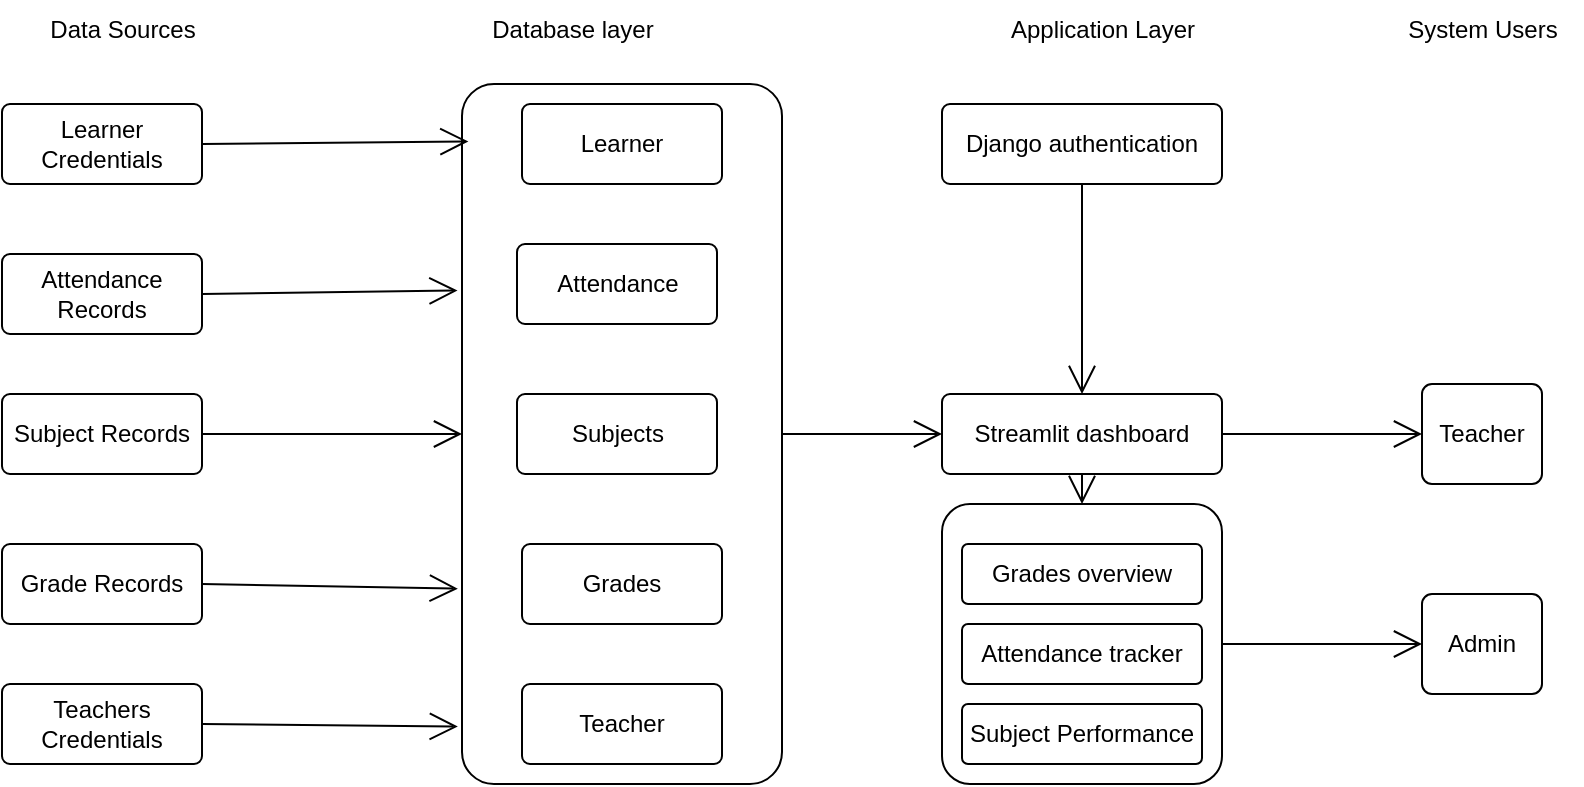
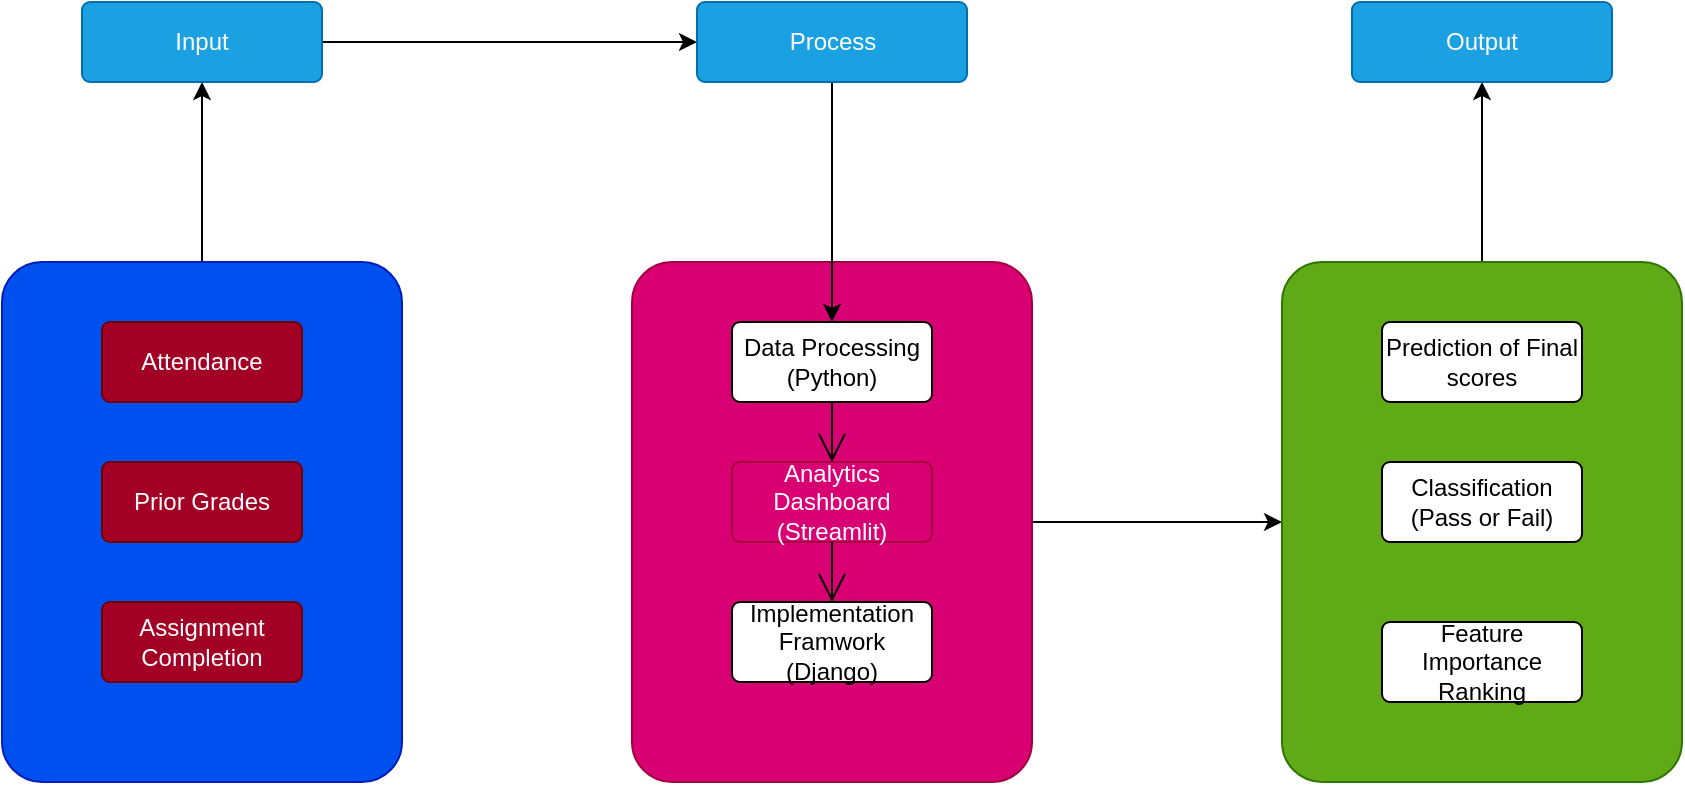
<mxfile host="65bd71144e">
    <diagram id="5L76tbeYDSp3AgC0iSg0" name="Page-1">
-         <mxGraphModel dx="995" dy="621" grid="1" gridSize="10" guides="1" tooltips="1" connect="1" arrows="1" fold="1" page="1" pageScale="1" pageWidth="850" pageHeight="1100" math="0" shadow="0">
+         <mxGraphModel dx="1066" dy="666" grid="1" gridSize="10" guides="1" tooltips="1" connect="1" arrows="1" fold="1" page="1" pageScale="1" pageWidth="850" pageHeight="1100" math="0" shadow="0">
            <root>
                <mxCell id="0"/>
                <mxCell id="1" parent="0"/>
-                 <mxCell id="2" value="Attendance Records" style="rounded=1;arcSize=10;whiteSpace=wrap;html=1;align=center;fillColor=light-dark(#FFFFFF,#FF3333);" vertex="1" parent="1">
-                     <mxGeometry x="50" y="135" width="100" height="40" as="geometry"/>
+                 <mxCell id="75" style="edgeStyle=none;html=1;exitX=1;exitY=0.5;exitDx=0;exitDy=0;entryX=0;entryY=0.5;entryDx=0;entryDy=0;" edge="1" parent="1" source="57" target="63">
+                     <mxGeometry relative="1" as="geometry"/>
                </mxCell>
-                 <mxCell id="3" value="Subject Records" style="rounded=1;arcSize=10;whiteSpace=wrap;html=1;align=center;fillColor=light-dark(#FFFFFF,#FF00FF);" vertex="1" parent="1">
-                     <mxGeometry x="50" y="205" width="100" height="40" as="geometry"/>
+                 <mxCell id="57" value="" style="rounded=1;arcSize=10;whiteSpace=wrap;html=1;align=center;fillColor=#d80073;fontColor=#ffffff;strokeColor=#A50040;" vertex="1" parent="1">
+                     <mxGeometry x="325" y="410" width="200" height="260" as="geometry"/>
                </mxCell>
-                 <mxCell id="4" value="Grade Records" style="rounded=1;arcSize=10;whiteSpace=wrap;html=1;align=center;fillColor=light-dark(#FFFFFF,#66B2FF);" vertex="1" parent="1">
-                     <mxGeometry x="50" y="280" width="100" height="40" as="geometry"/>
-                 </mxCell>
-                 <mxCell id="5" value="Learner Credentials" style="rounded=1;arcSize=10;whiteSpace=wrap;html=1;align=center;fillColor=light-dark(#FFFFFF,#FF66B3);" vertex="1" parent="1">
-                     <mxGeometry x="50" y="60" width="100" height="40" as="geometry"/>
-                 </mxCell>
-                 <mxCell id="6" value="Data Sources" style="text;html=1;align=center;verticalAlign=middle;resizable=0;points=[];autosize=1;strokeColor=none;fillColor=none;" vertex="1" parent="1">
-                     <mxGeometry x="60" y="8" width="100" height="30" as="geometry"/>
-                 </mxCell>
-                 <mxCell id="7" value="" style="rounded=1;arcSize=10;whiteSpace=wrap;html=1;align=center;fillColor=light-dark(#FFFFFF,#6666FF);" vertex="1" parent="1">
-                     <mxGeometry x="280" y="50" width="160" height="350" as="geometry"/>
-                 </mxCell>
-                 <mxCell id="8" value="Learner" style="rounded=1;arcSize=10;whiteSpace=wrap;html=1;align=center;" vertex="1" parent="1">
-                     <mxGeometry x="310" y="60" width="100" height="40" as="geometry"/>
-                 </mxCell>
-                 <mxCell id="13" value="Teachers Credentials" style="rounded=1;arcSize=10;whiteSpace=wrap;html=1;align=center;fillColor=light-dark(#FFFFFF,#FF0000);" vertex="1" parent="1">
-                     <mxGeometry x="50" y="350" width="100" height="40" as="geometry"/>
-                 </mxCell>
-                 <mxCell id="14" value="Database layer" style="text;html=1;align=center;verticalAlign=middle;resizable=0;points=[];autosize=1;strokeColor=none;fillColor=none;" vertex="1" parent="1">
-                     <mxGeometry x="285" y="8" width="100" height="30" as="geometry"/>
-                 </mxCell>
-                 <mxCell id="15" value="Django authentication" style="rounded=1;arcSize=10;whiteSpace=wrap;html=1;align=center;fillColor=light-dark(#FFFFFF,#FF66B3);" vertex="1" parent="1">
-                     <mxGeometry x="520" y="60" width="140" height="40" as="geometry"/>
-                 </mxCell>
-                 <mxCell id="16" value="Streamlit dashboard" style="rounded=1;arcSize=10;whiteSpace=wrap;html=1;align=center;fillColor=light-dark(#FFFFFF,#CC0000);" vertex="1" parent="1">
-                     <mxGeometry x="520" y="205" width="140" height="40" as="geometry"/>
-                 </mxCell>
-                 <mxCell id="17" value="&lt;span style=&quot;font-family: monospace; font-size: 0px; text-align: start; text-wrap-mode: nowrap;&quot;&gt;%3CmxGraphModel%3E%3Croot%3E%3CmxCell%20id%3D%220%22%2F%3E%3CmxCell%20id%3D%221%22%20parent%3D%220%22%2F%3E%3CmxCell%20id%3D%222%22%20value%3D%22Django%20auth%22%20style%3D%22rounded%3D1%3BarcSize%3D10%3BwhiteSpace%3Dwrap%3Bhtml%3D1%3Balign%3Dcenter%3B%22%20vertex%3D%221%22%20parent%3D%221%22%3E%3CmxGeometry%20x%3D%22460%22%20y%3D%2255%22%20width%3D%22100%22%20height%3D%2240%22%20as%3D%22geometry%22%2F%3E%3C%2FmxCell%3E%3C%2Froot%3E%3C%2FmxGraphModel%3E&lt;/span&gt;" style="rounded=1;arcSize=10;whiteSpace=wrap;html=1;align=center;fillColor=light-dark(#FFFFFF,#CC0000);" vertex="1" parent="1">
-                     <mxGeometry x="520" y="260" width="140" height="140" as="geometry"/>
-                 </mxCell>
-                 <mxCell id="18" value="Grades overview" style="rounded=1;arcSize=10;whiteSpace=wrap;html=1;align=center;fillColor=light-dark(#FFFFFF,#0000FF);" vertex="1" parent="1">
-                     <mxGeometry x="530" y="280" width="120" height="30" as="geometry"/>
-                 </mxCell>
-                 <mxCell id="20" value="Attendance tracker" style="rounded=1;arcSize=10;whiteSpace=wrap;html=1;align=center;fillColor=light-dark(#FFFFFF,#0000FF);" vertex="1" parent="1">
-                     <mxGeometry x="530" y="320" width="120" height="30" as="geometry"/>
-                 </mxCell>
-                 <mxCell id="21" value="Subject Performance" style="rounded=1;arcSize=10;whiteSpace=wrap;html=1;align=center;fillColor=light-dark(#FFFFFF,#0000FF);" vertex="1" parent="1">
-                     <mxGeometry x="530" y="360" width="120" height="30" as="geometry"/>
-                 </mxCell>
-                 <mxCell id="22" value="Teacher" style="rounded=1;arcSize=10;whiteSpace=wrap;html=1;align=center;fillColor=light-dark(#FFFFFF,#CC0000);" vertex="1" parent="1">
-                     <mxGeometry x="760" y="200" width="60" height="50" as="geometry"/>
-                 </mxCell>
-                 <mxCell id="23" value="Admin" style="rounded=1;arcSize=10;whiteSpace=wrap;html=1;align=center;fillColor=light-dark(#FFFFFF,#0000CC);" vertex="1" parent="1">
-                     <mxGeometry x="760" y="305" width="60" height="50" as="geometry"/>
-                 </mxCell>
-                 <mxCell id="24" value="Application Layer" style="text;html=1;align=center;verticalAlign=middle;resizable=0;points=[];autosize=1;strokeColor=none;fillColor=none;" vertex="1" parent="1">
-                     <mxGeometry x="540" y="8" width="120" height="30" as="geometry"/>
-                 </mxCell>
-                 <mxCell id="25" value="System Users&lt;div&gt;&lt;br&gt;&lt;/div&gt;" style="text;html=1;align=center;verticalAlign=middle;resizable=0;points=[];autosize=1;strokeColor=none;fillColor=none;" vertex="1" parent="1">
-                     <mxGeometry x="740" y="10" width="100" height="40" as="geometry"/>
-                 </mxCell>
-                 <mxCell id="26" value="" style="endArrow=open;endFill=1;endSize=12;html=1;exitX=1;exitY=0.5;exitDx=0;exitDy=0;entryX=0.02;entryY=0.082;entryDx=0;entryDy=0;entryPerimeter=0;" edge="1" parent="1" source="5" target="7">
-                     <mxGeometry width="160" relative="1" as="geometry">
-                         <mxPoint x="330" y="210" as="sourcePoint"/>
-                         <mxPoint x="490" y="210" as="targetPoint"/>
+                 <mxCell id="71" style="edgeStyle=none;html=1;exitX=1;exitY=0.5;exitDx=0;exitDy=0;entryX=0;entryY=0.5;entryDx=0;entryDy=0;" edge="1" parent="1" source="41" target="42">
+                     <mxGeometry relative="1" as="geometry">
+                         <mxPoint x="170" y="299.7777777777777" as="targetPoint"/>
                    </mxGeometry>
                </mxCell>
-                 <mxCell id="27" value="" style="endArrow=open;endFill=1;endSize=12;html=1;exitX=1;exitY=0.5;exitDx=0;exitDy=0;entryX=-0.014;entryY=0.295;entryDx=0;entryDy=0;entryPerimeter=0;" edge="1" parent="1" source="2" target="7">
-                     <mxGeometry width="160" relative="1" as="geometry">
-                         <mxPoint x="240" y="80" as="sourcePoint"/>
-                         <mxPoint x="270" y="130" as="targetPoint"/>
+                 <mxCell id="74" style="edgeStyle=none;html=1;exitX=1;exitY=0.5;exitDx=0;exitDy=0;" edge="1" parent="1" source="41">
+                     <mxGeometry relative="1" as="geometry">
+                         <mxPoint x="169.8888888888889" y="299.7777777777777" as="targetPoint"/>
                    </mxGeometry>
                </mxCell>
-                 <mxCell id="28" value="" style="endArrow=open;endFill=1;endSize=12;html=1;exitX=1;exitY=0.5;exitDx=0;exitDy=0;entryX=0;entryY=0.5;entryDx=0;entryDy=0;" edge="1" parent="1" source="3" target="7">
+                 <mxCell id="41" value="Input" style="rounded=1;arcSize=10;whiteSpace=wrap;html=1;align=center;fillColor=#1ba1e2;fontColor=#ffffff;strokeColor=#006EAF;" vertex="1" parent="1">
+                     <mxGeometry x="50" y="280" width="120" height="40" as="geometry"/>
+                 </mxCell>
+                 <mxCell id="72" style="edgeStyle=none;html=1;exitX=0.5;exitY=1;exitDx=0;exitDy=0;entryX=0.5;entryY=0;entryDx=0;entryDy=0;" edge="1" parent="1" source="42" target="50">
+                     <mxGeometry relative="1" as="geometry"/>
+                 </mxCell>
+                 <mxCell id="42" value="Process" style="rounded=1;arcSize=10;whiteSpace=wrap;html=1;align=center;fillColor=#1ba1e2;fontColor=#ffffff;strokeColor=#006EAF;" vertex="1" parent="1">
+                     <mxGeometry x="357.5" y="280" width="135" height="40" as="geometry"/>
+                 </mxCell>
+                 <mxCell id="43" value="Output" style="rounded=1;arcSize=10;whiteSpace=wrap;html=1;align=center;fillColor=#1ba1e2;fontColor=#ffffff;strokeColor=#006EAF;" vertex="1" parent="1">
+                     <mxGeometry x="685" y="280" width="130" height="40" as="geometry"/>
+                 </mxCell>
+                 <mxCell id="50" value="Data Processing (Python)" style="rounded=1;arcSize=10;whiteSpace=wrap;html=1;align=center;fillColor=light-dark(#FFFFFF,#CC00CC);" vertex="1" parent="1">
+                     <mxGeometry x="375" y="440" width="100" height="40" as="geometry"/>
+                 </mxCell>
+                 <mxCell id="51" value="Analytics Dashboard (Streamlit)" style="rounded=1;arcSize=10;whiteSpace=wrap;html=1;align=center;fillColor=light-dark(#D80073,#CC00CC);fontColor=#ffffff;strokeColor=#A50040;" vertex="1" parent="1">
+                     <mxGeometry x="375" y="510" width="100" height="40" as="geometry"/>
+                 </mxCell>
+                 <mxCell id="52" value="Implementation Framwork (Django)" style="rounded=1;arcSize=10;whiteSpace=wrap;html=1;align=center;fillColor=light-dark(#FFFFFF,#CC00CC);" vertex="1" parent="1">
+                     <mxGeometry x="375" y="580" width="100" height="40" as="geometry"/>
+                 </mxCell>
+                 <mxCell id="73" style="edgeStyle=none;html=1;exitX=0.5;exitY=0;exitDx=0;exitDy=0;" edge="1" parent="1" source="59" target="41">
+                     <mxGeometry relative="1" as="geometry"/>
+                 </mxCell>
+                 <mxCell id="59" value="" style="rounded=1;arcSize=10;whiteSpace=wrap;html=1;align=center;fillColor=#0050ef;fontColor=#ffffff;strokeColor=#001DBC;" vertex="1" parent="1">
+                     <mxGeometry x="10" y="410" width="200" height="260" as="geometry"/>
+                 </mxCell>
+                 <mxCell id="60" value="Attendance" style="rounded=1;arcSize=10;whiteSpace=wrap;html=1;align=center;fillColor=#a20025;fontColor=#ffffff;strokeColor=#6F0000;" vertex="1" parent="1">
+                     <mxGeometry x="60" y="440" width="100" height="40" as="geometry"/>
+                 </mxCell>
+                 <mxCell id="61" value="Prior Grades" style="rounded=1;arcSize=10;whiteSpace=wrap;html=1;align=center;fillColor=#a20025;fontColor=#ffffff;strokeColor=#6F0000;" vertex="1" parent="1">
+                     <mxGeometry x="60" y="510" width="100" height="40" as="geometry"/>
+                 </mxCell>
+                 <mxCell id="62" value="Assignment Completion" style="rounded=1;arcSize=10;whiteSpace=wrap;html=1;align=center;fillColor=#a20025;fontColor=#ffffff;strokeColor=#6F0000;" vertex="1" parent="1">
+                     <mxGeometry x="60" y="580" width="100" height="40" as="geometry"/>
+                 </mxCell>
+                 <mxCell id="76" style="edgeStyle=none;html=1;exitX=0.5;exitY=0;exitDx=0;exitDy=0;entryX=0.5;entryY=1;entryDx=0;entryDy=0;" edge="1" parent="1" source="63" target="43">
+                     <mxGeometry relative="1" as="geometry"/>
+                 </mxCell>
+                 <mxCell id="63" value="" style="rounded=1;arcSize=10;whiteSpace=wrap;html=1;align=center;fillColor=#60a917;fontColor=#ffffff;strokeColor=#2D7600;" vertex="1" parent="1">
+                     <mxGeometry x="650" y="410" width="200" height="260" as="geometry"/>
+                 </mxCell>
+                 <mxCell id="64" value="Prediction of Final scores" style="rounded=1;arcSize=10;whiteSpace=wrap;html=1;align=center;" vertex="1" parent="1">
+                     <mxGeometry x="700" y="440" width="100" height="40" as="geometry"/>
+                 </mxCell>
+                 <mxCell id="65" value="Classification (Pass or Fail)" style="rounded=1;arcSize=10;whiteSpace=wrap;html=1;align=center;" vertex="1" parent="1">
+                     <mxGeometry x="700" y="510" width="100" height="40" as="geometry"/>
+                 </mxCell>
+                 <mxCell id="66" value="Feature Importance Ranking" style="rounded=1;arcSize=10;whiteSpace=wrap;html=1;align=center;" vertex="1" parent="1">
+                     <mxGeometry x="700" y="590" width="100" height="40" as="geometry"/>
+                 </mxCell>
+                 <mxCell id="68" value="" style="endArrow=open;endFill=1;endSize=12;html=1;entryX=0.5;entryY=0;entryDx=0;entryDy=0;exitX=0.5;exitY=1;exitDx=0;exitDy=0;" edge="1" parent="1" source="50" target="51">
                    <mxGeometry width="160" relative="1" as="geometry">
-                         <mxPoint x="250" y="90" as="sourcePoint"/>
-                         <mxPoint x="292" y="115" as="targetPoint"/>
+                         <mxPoint x="220" y="490" as="sourcePoint"/>
+                         <mxPoint x="385" y="475" as="targetPoint"/>
                    </mxGeometry>
                </mxCell>
-                 <mxCell id="29" value="" style="endArrow=open;endFill=1;endSize=12;html=1;exitX=1;exitY=0.5;exitDx=0;exitDy=0;entryX=-0.013;entryY=0.721;entryDx=0;entryDy=0;entryPerimeter=0;" edge="1" parent="1" source="4" target="7">
+                 <mxCell id="70" value="" style="endArrow=open;endFill=1;endSize=12;html=1;entryX=0.5;entryY=0;entryDx=0;entryDy=0;exitX=0.5;exitY=1;exitDx=0;exitDy=0;" edge="1" parent="1">
                    <mxGeometry width="160" relative="1" as="geometry">
-                         <mxPoint x="260" y="100" as="sourcePoint"/>
-                         <mxPoint x="302" y="125" as="targetPoint"/>
+                         <mxPoint x="425" y="550" as="sourcePoint"/>
+                         <mxPoint x="425" y="580" as="targetPoint"/>
                    </mxGeometry>
-                 </mxCell>
-                 <mxCell id="30" value="" style="endArrow=open;endFill=1;endSize=12;html=1;exitX=1;exitY=0.5;exitDx=0;exitDy=0;entryX=-0.013;entryY=0.918;entryDx=0;entryDy=0;entryPerimeter=0;" edge="1" parent="1" source="13" target="7">
-                     <mxGeometry width="160" relative="1" as="geometry">
-                         <mxPoint x="270" y="110" as="sourcePoint"/>
-                         <mxPoint x="290" y="370" as="targetPoint"/>
-                     </mxGeometry>
-                 </mxCell>
-                 <mxCell id="31" value="" style="endArrow=open;endFill=1;endSize=12;html=1;exitX=1;exitY=0.5;exitDx=0;exitDy=0;entryX=0;entryY=0.5;entryDx=0;entryDy=0;" edge="1" parent="1" source="7" target="16">
-                     <mxGeometry width="160" relative="1" as="geometry">
-                         <mxPoint x="280" y="120" as="sourcePoint"/>
-                         <mxPoint x="322" y="145" as="targetPoint"/>
-                     </mxGeometry>
-                 </mxCell>
-                 <mxCell id="33" value="" style="endArrow=open;endFill=1;endSize=12;html=1;exitX=0.5;exitY=1;exitDx=0;exitDy=0;entryX=0.5;entryY=0;entryDx=0;entryDy=0;" edge="1" parent="1" source="15" target="16">
-                     <mxGeometry width="160" relative="1" as="geometry">
-                         <mxPoint x="420" y="200" as="sourcePoint"/>
-                         <mxPoint x="530" y="200" as="targetPoint"/>
-                     </mxGeometry>
-                 </mxCell>
-                 <mxCell id="34" value="" style="endArrow=open;endFill=1;endSize=12;html=1;exitX=0.5;exitY=1;exitDx=0;exitDy=0;entryX=0.5;entryY=0;entryDx=0;entryDy=0;" edge="1" parent="1" source="16" target="17">
-                     <mxGeometry width="160" relative="1" as="geometry">
-                         <mxPoint x="430" y="210" as="sourcePoint"/>
-                         <mxPoint x="540" y="210" as="targetPoint"/>
-                     </mxGeometry>
-                 </mxCell>
-                 <mxCell id="35" value="" style="endArrow=open;endFill=1;endSize=12;html=1;exitX=1;exitY=0.5;exitDx=0;exitDy=0;entryX=0;entryY=0.5;entryDx=0;entryDy=0;" edge="1" parent="1" source="16" target="22">
-                     <mxGeometry width="160" relative="1" as="geometry">
-                         <mxPoint x="690" y="190" as="sourcePoint"/>
-                         <mxPoint x="740" y="190" as="targetPoint"/>
-                     </mxGeometry>
-                 </mxCell>
-                 <mxCell id="36" value="" style="endArrow=open;endFill=1;endSize=12;html=1;exitX=1;exitY=0.5;exitDx=0;exitDy=0;entryX=0;entryY=0.5;entryDx=0;entryDy=0;" edge="1" parent="1" source="17" target="23">
-                     <mxGeometry width="160" relative="1" as="geometry">
-                         <mxPoint x="715" y="244.47" as="sourcePoint"/>
-                         <mxPoint x="825" y="244.47" as="targetPoint"/>
-                     </mxGeometry>
-                 </mxCell>
-                 <mxCell id="37" value="Attendance" style="rounded=1;arcSize=10;whiteSpace=wrap;html=1;align=center;" vertex="1" parent="1">
-                     <mxGeometry x="307.5" y="130" width="100" height="40" as="geometry"/>
-                 </mxCell>
-                 <mxCell id="38" value="Subjects" style="rounded=1;arcSize=10;whiteSpace=wrap;html=1;align=center;" vertex="1" parent="1">
-                     <mxGeometry x="307.5" y="205" width="100" height="40" as="geometry"/>
-                 </mxCell>
-                 <mxCell id="39" value="Grades" style="rounded=1;arcSize=10;whiteSpace=wrap;html=1;align=center;" vertex="1" parent="1">
-                     <mxGeometry x="310" y="280" width="100" height="40" as="geometry"/>
-                 </mxCell>
-                 <mxCell id="40" value="Teacher" style="rounded=1;arcSize=10;whiteSpace=wrap;html=1;align=center;" vertex="1" parent="1">
-                     <mxGeometry x="310" y="350" width="100" height="40" as="geometry"/>
                </mxCell>
            </root>
        </mxGraphModel>
    </diagram>
</mxfile>